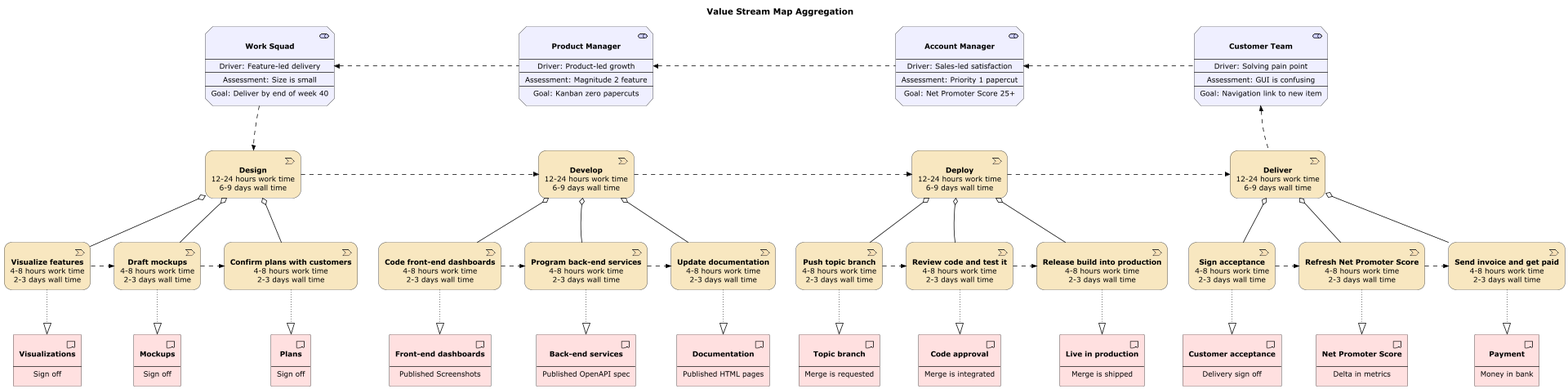
Above: doc/examples/value-stream-map-aggregation/value-stream-map-aggregation.png in SixArm/archimate-examples (PlantUML), before the change.
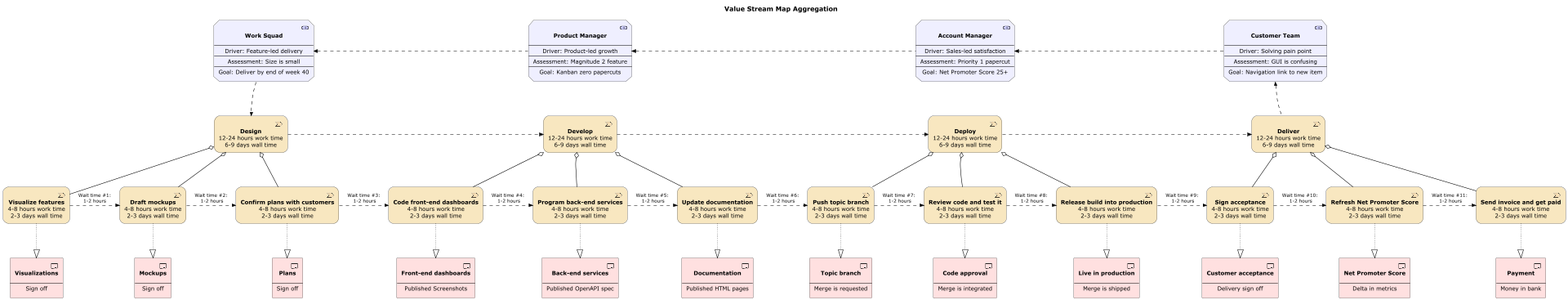
The same file after the commit.

Commit message:
Add VSM wait times

Change to the diagram source:
```diff
@@ -11,8 +11,8 @@
 Rel_Aggregation_Down(design, visualize_features)
 Rel_Aggregation_Down(design, draft_mockups)
 Rel_Aggregation_Down(design, confirm_plans)
-Rel_Flow_Right(visualize_features, draft_mockups)
-Rel_Flow_Right(draft_mockups, confirm_plans)
+Rel_Flow_Right(visualize_features, draft_mockups, "Wait time #1:\n1-2 hours")
+Rel_Flow_Right(draft_mockups, confirm_plans, "Wait time #2:\n 1-2 hours")
 
 Strategy_ValueStream(develop, "**Develop**\n12-24 hours work time\n6-9 days wall time")
 Strategy_ValueStream(code_front_end, "**Code front-end dashboards**\n4-8 hours work time\n2-3 days wall time")
@@ -21,8 +21,8 @@
 Rel_Aggregation_Down(develop, code_front_end)
 Rel_Aggregation_Down(develop, program_back_end)
 Rel_Aggregation_Down(develop, update_documentation)
-Rel_Flow_Right(code_front_end, program_back_end)
-Rel_Flow_Right(program_back_end,update_documentation)
+Rel_Flow_Right(code_front_end, program_back_end, "Wait time #4:\n 1-2 hours")
+Rel_Flow_Right(program_back_end,update_documentation, "Wait time #5:\n 1-2 hours")
 
 Strategy_ValueStream(deploy, "**Deploy**\n12-24 hours work time\n6-9 days wall time")
 Strategy_ValueStream(push_topic, "**Push topic branch**\n4-8 hours work time\n2-3 days wall time")
@@ -31,8 +31,8 @@
 Rel_Aggregation_Down(deploy, push_topic)
 Rel_Aggregation_Down(deploy, review_code)
 Rel_Aggregation_Down(deploy, release_build)
-Rel_Flow_Right(push_topic, review_code)
-Rel_Flow_Right(review_code, release_build)
+Rel_Flow_Right(push_topic, review_code, "Wait time #7:\n 1-2 hours")
+Rel_Flow_Right(review_code, release_build, "Wait time #8:\n 1-2 hours")
 
 Strategy_ValueStream(deliver, "**Deliver**\n12-24 hours work time\n6-9 days wall time")
 Strategy_ValueStream(sign_acceptance, "**Sign acceptance**\n4-8 hours work time\n2-3 days wall time")
@@ -41,12 +41,17 @@
 Rel_Aggregation_Down(deliver, sign_acceptance)
 Rel_Aggregation_Down(deliver, refresh_nps)
 Rel_Aggregation_Down(deliver, send_invoice)
-Rel_Flow_Right(sign_acceptance, refresh_nps)
-Rel_Flow_Right(refresh_nps, send_invoice)
+Rel_Flow_Right(sign_acceptance, refresh_nps, "Wait time #10:\n 1-2 hours")
+Rel_Flow_Right(refresh_nps, send_invoice, "Wait time #11:\n 1-2 hours")
 
 Rel_Flow_Right(design, develop)
 Rel_Flow_Right(develop, deploy)
 Rel_Flow_Right(deploy, deliver)
+
+Rel_Flow_Right(confirm_plans, code_front_end, "Wait time #3:\n 1-2 hours")
+Rel_Flow_Right(update_documentation, push_topic, "Wait time #6:\n 1-2 hours")
+Rel_Flow_Right(release_build, sign_acceptance, "Wait time #9:\n 1-2 hours")
+
 
 design -[hidden]d-> draft_mockups
 develop -[hidden]d-> program_back_end
```
